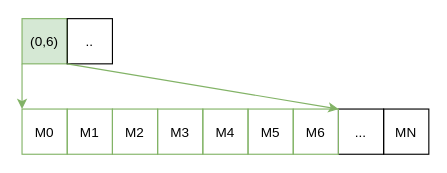
Before: page "Page-3" (3 of 3) of master_thesis/figures/data.drawio in MatusT/master-thesis, a draw.io diagram. Source tidied: cells renumbered, new cells numbered last; positions are measured from the earlier drawing's top-left corner, leaving out a move shared by most shapes. Both pictures are drawn from the tidied source at 113%, with x=0, y=0 at pixel (21, 18).
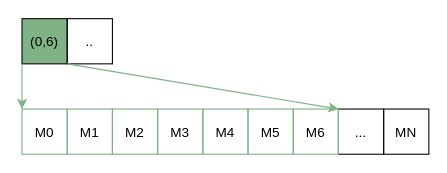
The same diagram, later.

The edit, as a diff of the source:
```diff
@@
 <mxGraphModel>
   <root>
     <mxCell id="0" />
     <mxCell id="1" parent="0" />
-    <mxCell id="2" value="(0,6)" style="rounded=0;fillColor=#d5e8d4;strokeColor=#82b366;" parent="1" vertex="1">
+    <mxCell id="2" value="(0,6)" style="rounded=0;strokeColor=#0D0D0D;fillColor=#7FB285;" parent="1" vertex="1">
       <mxGeometry width="40" height="40" as="geometry" />
     </mxCell>
-    <mxCell id="3" style="endArrow=classic;exitX=0;exitY=1;exitDx=0;exitDy=0;entryX=0;entryY=0;entryDx=0;entryDy=0;fillColor=#d5e8d4;strokeColor=#82b366;" parent="1" edge="1" source="2">
+    <mxCell id="3" style="endArrow=classic;exitX=0;exitY=1;exitDx=0;exitDy=0;entryX=0;entryY=0;entryDx=0;entryDy=0;fillColor=#d5e8d4;strokeColor=#7FB285;" parent="1" edge="1" source="2">
       <mxGeometry relative="1" as="geometry">
         <mxPoint y="80" as="targetPoint" />
       </mxGeometry>
     </mxCell>
-    <mxCell id="4" value=".." style="rounded=0;fillColor=none;" parent="1" vertex="1">
+    <mxCell id="4" value=".." style="rounded=0;fillColor=none;strokeColor=#0D0D0D;" parent="1" vertex="1">
       <mxGeometry x="40" width="40" height="40" as="geometry" />
     </mxCell>
-    <mxCell id="5" style="endArrow=classic;exitX=0;exitY=1;exitDx=0;exitDy=0;entryX=0;entryY=0;entryDx=0;entryDy=0;fillColor=#d5e8d4;strokeColor=#82b366;" parent="1" edge="1" source="4">
+    <mxCell id="5" style="endArrow=classic;exitX=0;exitY=1;exitDx=0;exitDy=0;entryX=0;entryY=0;entryDx=0;entryDy=0;fillColor=#d5e8d4;strokeColor=#7FB285;" parent="1" edge="1" source="4">
       <mxGeometry relative="1" as="geometry">
         <mxPoint x="280" y="80" as="targetPoint" />
       </mxGeometry>
     </mxCell>
-    <mxCell id="6" value="M0" style="rounded=0;strokeColor=#82b366;fillColor=none;" parent="1" vertex="1">
+    <mxCell id="6" value="M0" style="rounded=0;fillColor=none;strokeColor=#7FB285;" parent="1" vertex="1">
       <mxGeometry y="80" width="40" height="40" as="geometry" />
     </mxCell>
-    <mxCell id="7" value="M1" style="rounded=0;strokeColor=#82b366;fillColor=none;" parent="1" vertex="1">
+    <mxCell id="7" value="M1" style="rounded=0;fillColor=none;strokeColor=#7FB285;" parent="1" vertex="1">
       <mxGeometry x="40" y="80" width="40" height="40" as="geometry" />
     </mxCell>
-    <mxCell id="8" value="M2" style="rounded=0;strokeColor=#82b366;fillColor=none;" parent="1" vertex="1">
+    <mxCell id="8" value="M2" style="rounded=0;fillColor=none;strokeColor=#7FB285;" parent="1" vertex="1">
       <mxGeometry x="80" y="80" width="40" height="40" as="geometry" />
     </mxCell>
-    <mxCell id="9" value="M4" style="rounded=0;strokeColor=#82b366;fillColor=none;" parent="1" vertex="1">
+    <mxCell id="9" value="M4" style="rounded=0;fillColor=none;strokeColor=#7FB285;" parent="1" vertex="1">
       <mxGeometry x="160" y="80" width="40" height="40" as="geometry" />
     </mxCell>
-    <mxCell id="10" value="M5" style="rounded=0;strokeColor=#82b366;fillColor=none;" parent="1" vertex="1">
+    <mxCell id="10" value="M5" style="rounded=0;fillColor=none;strokeColor=#7FB285;" parent="1" vertex="1">
       <mxGeometry x="200" y="80" width="40" height="40" as="geometry" />
     </mxCell>
-    <mxCell id="11" value="..." style="rounded=0;fillColor=none;" parent="1" vertex="1">
+    <mxCell id="11" value="..." style="rounded=0;fillColor=none;strokeColor=#0D0D0D;" parent="1" vertex="1">
       <mxGeometry x="280" y="80" width="40" height="40" as="geometry" />
     </mxCell>
-    <mxCell id="12" value="MN" style="rounded=0;fillColor=none;" parent="1" vertex="1">
+    <mxCell id="12" value="MN" style="rounded=0;fillColor=none;strokeColor=#0D0D0D;" parent="1" vertex="1">
       <mxGeometry x="320" y="80" width="40" height="40" as="geometry" />
     </mxCell>
-    <mxCell id="13" value="M3" style="rounded=0;strokeColor=#82b366;fillColor=none;" parent="1" vertex="1">
+    <mxCell id="13" value="M3" style="rounded=0;fillColor=none;strokeColor=#7FB285;" parent="1" vertex="1">
       <mxGeometry x="120" y="80" width="40" height="40" as="geometry" />
     </mxCell>
-    <mxCell id="14" value="M6" style="rounded=0;strokeColor=#82b366;fillColor=none;" parent="1" vertex="1">
+    <mxCell id="14" value="M6" style="rounded=0;fillColor=none;strokeColor=#7FB285;" parent="1" vertex="1">
       <mxGeometry x="240" y="80" width="40" height="40" as="geometry" />
     </mxCell>
   </root>
 </mxGraphModel>
```
